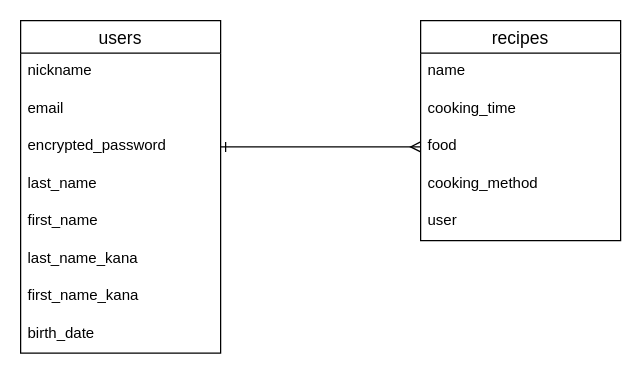
Above: page "ER図" (1 of 2) of original.dio in hirosetino/original_app (draw.io), before the change. Source tidied: cells renumbered, new cells numbered last; positions are measured from the earlier drawing's top-left corner, leaving out a move shared by most shapes. Both pictures are drawn from the tidied source at 125%, with x=0, y=0 at pixel (20, 20).
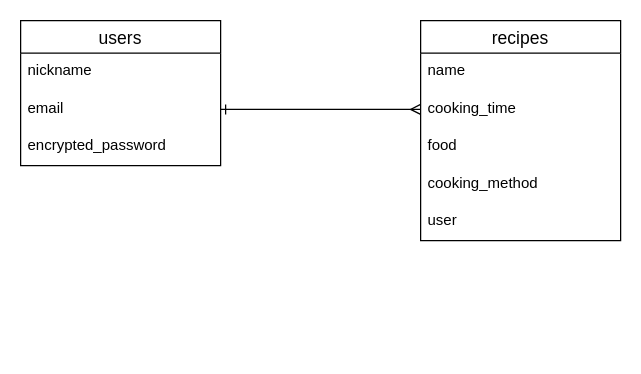
The same diagram, later.

Diff of the diagram source:
```diff
@@
 <mxGraphModel>
   <root>
     <mxCell id="0" />
     <mxCell id="1" parent="0" />
     <mxCell id="2" value="users" style="swimlane;fontStyle=0;horizontal=1;startSize=26;align=center;fontSize=14;" parent="1" vertex="1">
-      <mxGeometry width="160" height="266" as="geometry" />
+      <mxGeometry width="160" height="116" as="geometry" />
     </mxCell>
     <mxCell id="3" value="nickname" style="text;strokeColor=none;fillColor=none;spacingLeft=4;spacingRight=4;overflow=hidden;fontSize=12;" parent="2" vertex="1">
       <mxGeometry y="26" width="160" height="30" as="geometry" />
     </mxCell>
     <mxCell id="4" value="email" style="text;strokeColor=none;fillColor=none;spacingLeft=4;spacingRight=4;overflow=hidden;points=[[0,0.5],[1,0.5]];portConstraint=eastwest;fontSize=12;" parent="2" vertex="1">
       <mxGeometry y="56" width="160" height="30" as="geometry" />
     </mxCell>
     <mxCell id="5" value="encrypted_password" style="text;strokeColor=none;fillColor=none;spacingLeft=4;spacingRight=4;overflow=hidden;points=[[0,0.5],[1,0.5]];portConstraint=eastwest;fontSize=12;" parent="2" vertex="1">
       <mxGeometry y="86" width="160" height="30" as="geometry" />
     </mxCell>
-    <mxCell id="6" value="last_name" style="text;strokeColor=none;fillColor=none;spacingLeft=4;spacingRight=4;overflow=hidden;fontSize=12;" parent="2" vertex="1">
-      <mxGeometry y="116" width="160" height="30" as="geometry" />
-    </mxCell>
-    <mxCell id="7" value="first_name" style="text;strokeColor=none;fillColor=none;spacingLeft=4;spacingRight=4;overflow=hidden;fontSize=12;" parent="2" vertex="1">
-      <mxGeometry y="146" width="160" height="30" as="geometry" />
-    </mxCell>
-    <mxCell id="8" value="last_name_kana" style="text;strokeColor=none;fillColor=none;spacingLeft=4;spacingRight=4;overflow=hidden;fontSize=12;" parent="2" vertex="1">
-      <mxGeometry y="176" width="160" height="30" as="geometry" />
-    </mxCell>
-    <mxCell id="9" value="first_name_kana" style="text;strokeColor=none;fillColor=none;spacingLeft=4;spacingRight=4;overflow=hidden;fontSize=12;" parent="2" vertex="1">
-      <mxGeometry y="206" width="160" height="30" as="geometry" />
-    </mxCell>
-    <mxCell id="10" value="birth_date" style="text;strokeColor=none;fillColor=none;spacingLeft=4;spacingRight=4;overflow=hidden;fontSize=12;" parent="2" vertex="1">
-      <mxGeometry y="236" width="160" height="30" as="geometry" />
-    </mxCell>
     <mxCell id="11" value="recipes" style="swimlane;fontStyle=0;horizontal=1;startSize=26;align=center;fontSize=14;" parent="1" vertex="1">
       <mxGeometry x="320" width="160" height="176" as="geometry" />
     </mxCell>
     <mxCell id="12" value="name" style="text;strokeColor=none;fillColor=none;spacingLeft=4;spacingRight=4;overflow=hidden;fontSize=12;" parent="11" vertex="1">
       <mxGeometry y="26" width="160" height="30" as="geometry" />
     </mxCell>
     <mxCell id="13" value="cooking_time" style="text;strokeColor=none;fillColor=none;spacingLeft=4;spacingRight=4;overflow=hidden;points=[[0,0.5],[1,0.5]];portConstraint=eastwest;fontSize=12;" parent="11" vertex="1">
       <mxGeometry y="56" width="160" height="30" as="geometry" />
     </mxCell>
     <mxCell id="14" value="food" style="text;strokeColor=none;fillColor=none;spacingLeft=4;spacingRight=4;overflow=hidden;points=[[0,0.5],[1,0.5]];portConstraint=eastwest;fontSize=12;" parent="11" vertex="1">
       <mxGeometry y="86" width="160" height="30" as="geometry" />
     </mxCell>
     <mxCell id="15" value="cooking_method" style="text;strokeColor=none;fillColor=none;spacingLeft=4;spacingRight=4;overflow=hidden;fontSize=12;" parent="11" vertex="1">
       <mxGeometry y="116" width="160" height="30" as="geometry" />
     </mxCell>
     <mxCell id="16" value="user" style="text;strokeColor=none;fillColor=none;spacingLeft=4;spacingRight=4;overflow=hidden;fontSize=12;" parent="11" vertex="1">
       <mxGeometry y="146" width="160" height="30" as="geometry" />
     </mxCell>
-    <mxCell id="17" style="endArrow=ERmany;html=1;rounded=0;exitX=1;exitY=0.5;exitDx=0;exitDy=0;startArrow=ERone;startFill=0;endFill=0;entryX=0;entryY=0.5;entryDx=0;entryDy=0;" parent="1" edge="1" source="5" target="14">
+    <mxCell id="17" style="endArrow=ERmany;html=1;rounded=0;exitX=1;exitY=0.5;exitDx=0;exitDy=0;startArrow=ERone;startFill=0;endFill=0;" parent="1" edge="1" source="4" target="13">
       <mxGeometry relative="1" as="geometry" />
     </mxCell>
   </root>
 </mxGraphModel>
```
